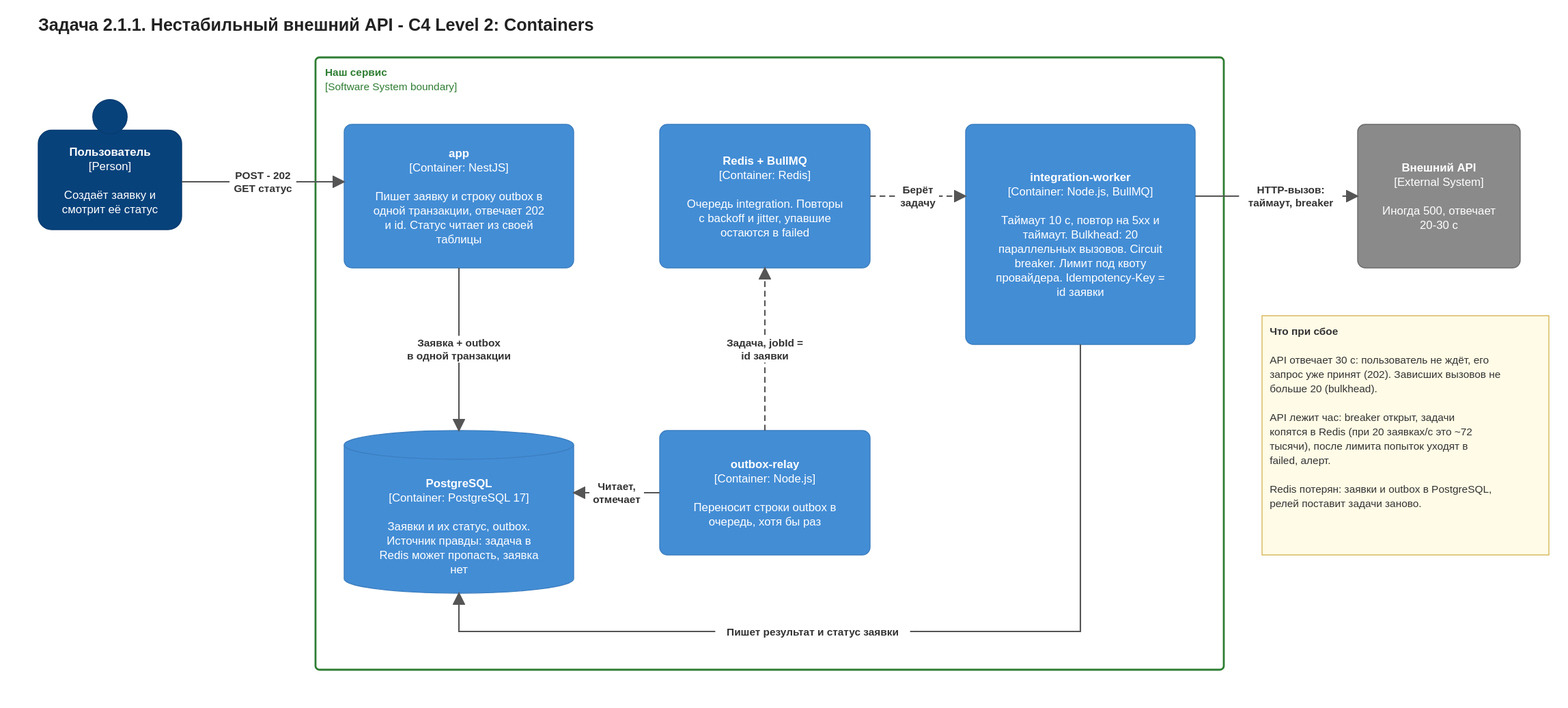
The draw.io diagram docs/highload/unstable-api.drawio.svg in Elaman19/system-design, before a commit. Source tidied: cells renumbered, new cells last; positions are measured from the earlier drawing's top-left corner, leaving out a move shared by most shapes. Its diagram source:
```xml
<mxGraphModel>
  <root>
    <mxCell id="0" />
    <mxCell id="1" value="2.1.1 Нестабильный API" parent="0" />
    <mxCell id="2" value="&lt;b&gt;Наш сервис&lt;/b&gt;&lt;br&gt;[Software System boundary]" style="fontFamily=Helvetica;html=1;whiteSpace=wrap;fontSize=12;rounded=1;arcSize=2;fillColor=none;strokeWidth=2;fontSize=11;align=left;spacing=10;strokeColor=#2e7d32;fontColor=#2e7d32;verticalAlign=top;" parent="1" vertex="1">
      <mxGeometry x="290" y="46" width="950" height="640" as="geometry" />
    </mxCell>
    <mxCell id="3" value="&lt;b&gt;Задача 2.1.1. Нестабильный внешний API - C4 Level 2: Containers&lt;/b&gt;" style="fontFamily=Helvetica;html=1;whiteSpace=wrap;text;fontSize=18;align=left;verticalAlign=top;fontColor=#222222;" parent="1" vertex="1">
      <mxGeometry width="1560" height="30" as="geometry" />
    </mxCell>
    <mxCell id="4" value="&lt;b&gt;Пользователь&lt;/b&gt;&lt;br&gt;[Person]&lt;br&gt;&lt;br&gt;Создаёт заявку и смотрит её статус" style="fontFamily=Helvetica;html=1;whiteSpace=wrap;fontSize=12;shape=mxgraph.c4.person2;fillColor=#08427b;strokeColor=#073b6f;fontColor=#ffffff;align=center;verticalAlign=middle;" parent="1" vertex="1">
      <mxGeometry y="86" width="150" height="140" as="geometry" />
    </mxCell>
    <mxCell id="5" value="&lt;b&gt;app&lt;/b&gt;&lt;br&gt;[Container: NestJS]&lt;br&gt;&lt;br&gt;Пишет заявку и строку outbox в одной транзакции, отвечает 202 и id. Статус читает из своей таблицы" style="fontFamily=Helvetica;html=1;whiteSpace=wrap;fontSize=12;rounded=1;arcSize=8;fillColor=#438dd5;strokeColor=#3c7fc0;fontColor=#ffffff;" parent="1" vertex="1">
      <mxGeometry x="320" y="116" width="240" height="150" as="geometry" />
    </mxCell>
    <mxCell id="6" value="&lt;b&gt;Redis + BullMQ&lt;/b&gt;&lt;br&gt;[Container: Redis]&lt;br&gt;&lt;br&gt;Очередь integration. Повторы с backoff и jitter, упавшие остаются в failed" style="fontFamily=Helvetica;html=1;whiteSpace=wrap;fontSize=12;rounded=1;arcSize=8;fillColor=#438dd5;strokeColor=#3c7fc0;fontColor=#ffffff;" parent="1" vertex="1">
      <mxGeometry x="650" y="116" width="220" height="150" as="geometry" />
    </mxCell>
    <mxCell id="7" value="&lt;b&gt;integration-worker&lt;/b&gt;&lt;br&gt;[Container: Node.js, BullMQ]&lt;br&gt;&lt;br&gt;Таймаут 10 с, повтор на 5xx и таймаут. Bulkhead: 20 параллельных вызовов. Circuit breaker. Лимит под квоту провайдера. Idempotency-Key = id заявки" style="fontFamily=Helvetica;html=1;whiteSpace=wrap;fontSize=12;rounded=1;arcSize=8;fillColor=#438dd5;strokeColor=#3c7fc0;fontColor=#ffffff;" parent="1" vertex="1">
      <mxGeometry x="970" y="116" width="240" height="230" as="geometry" />
    </mxCell>
    <mxCell id="8" value="&lt;b&gt;PostgreSQL&lt;/b&gt;&lt;br&gt;[Container: PostgreSQL 17]&lt;br&gt;&lt;br&gt;Заявки и их статус, outbox. Источник правды: задача в Redis может пропасть, заявка нет" style="fontFamily=Helvetica;html=1;whiteSpace=wrap;fontSize=12;shape=cylinder3;boundedLbl=1;backgroundOutline=1;size=15;fillColor=#438dd5;strokeColor=#3c7fc0;fontColor=#ffffff;" parent="1" vertex="1">
      <mxGeometry x="320" y="436" width="240" height="170" as="geometry" />
    </mxCell>
    <mxCell id="9" value="&lt;b&gt;outbox-relay&lt;/b&gt;&lt;br&gt;[Container: Node.js]&lt;br&gt;&lt;br&gt;Переносит строки outbox в очередь, хотя бы раз" style="fontFamily=Helvetica;html=1;whiteSpace=wrap;fontSize=12;rounded=1;arcSize=8;fillColor=#438dd5;strokeColor=#3c7fc0;fontColor=#ffffff;" parent="1" vertex="1">
      <mxGeometry x="650" y="436" width="220" height="130" as="geometry" />
    </mxCell>
    <mxCell id="10" value="&lt;b&gt;Внешний API&lt;/b&gt;&lt;br&gt;[External System]&lt;br&gt;&lt;br&gt;Иногда 500, отвечает 20-30 с" style="fontFamily=Helvetica;html=1;whiteSpace=wrap;fontSize=12;rounded=1;arcSize=8;fillColor=#8a8a8a;strokeColor=#6b6b6b;fontColor=#ffffff;" parent="1" vertex="1">
      <mxGeometry x="1380" y="116" width="170" height="150" as="geometry" />
    </mxCell>
    <mxCell id="11" value="&lt;b&gt;Что при сбое&lt;/b&gt;&lt;br&gt;&lt;br&gt;API отвечает 30 с: пользователь не ждёт, его запрос уже принят (202). Зависших вызовов не больше 20 (bulkhead).&lt;br&gt;&lt;br&gt;API лежит час: breaker открыт, задачи копятся в Redis (при 20 заявках/с это ~72 тысячи), после лимита попыток уходят в failed, алерт.&lt;br&gt;&lt;br&gt;Redis потерян: заявки и outbox в PostgreSQL, релей поставит задачи заново." style="fontFamily=Helvetica;html=1;whiteSpace=wrap;fontSize=12;rounded=0;fillColor=#fffbe6;strokeColor=#d6b656;fontColor=#333333;align=left;verticalAlign=top;spacing=8;fontSize=11;" parent="1" vertex="1">
      <mxGeometry x="1280" y="316" width="300" height="250" as="geometry" />
    </mxCell>
    <mxCell id="12" value="&lt;b&gt;POST - 202&lt;br&gt;GET статус&lt;/b&gt;" style="fontFamily=Helvetica;html=1;whiteSpace=wrap;fontSize=11;rounded=0;endArrow=blockThin;endFill=1;strokeColor=#555555;strokeWidth=1.5;fontColor=#333333;labelBackgroundColor=#ffffff;exitX=1.0;exitY=0.519;entryX=0.0;entryY=0.4;" parent="1" edge="1" source="4" target="5">
      <mxGeometry relative="1" as="geometry" />
    </mxCell>
    <mxCell id="13" value="&lt;b&gt;Заявка + outbox&lt;br&gt;в одной транзакции&lt;/b&gt;" style="fontFamily=Helvetica;html=1;whiteSpace=wrap;fontSize=11;rounded=0;endArrow=blockThin;endFill=1;strokeColor=#555555;strokeWidth=1.5;fontColor=#333333;labelBackgroundColor=#ffffff;exitX=0.5;exitY=1.0;entryX=0.5;entryY=0.0;" parent="1" edge="1" source="5" target="8">
      <mxGeometry relative="1" as="geometry" />
    </mxCell>
    <mxCell id="14" value="&lt;b&gt;Читает,&lt;br&gt;отмечает&lt;/b&gt;" style="fontFamily=Helvetica;html=1;whiteSpace=wrap;fontSize=11;rounded=0;endArrow=blockThin;endFill=1;strokeColor=#555555;strokeWidth=1.5;fontColor=#333333;labelBackgroundColor=#ffffff;exitX=0.0;exitY=0.5;entryX=1.0;entryY=0.382;" parent="1" edge="1" source="9" target="8">
      <mxGeometry relative="1" as="geometry" />
    </mxCell>
    <mxCell id="15" value="&lt;b&gt;Задача, jobId =&lt;br&gt;id заявки&lt;/b&gt;" style="fontFamily=Helvetica;html=1;whiteSpace=wrap;fontSize=11;rounded=0;endArrow=blockThin;endFill=1;strokeColor=#555555;strokeWidth=1.5;fontColor=#333333;labelBackgroundColor=#ffffff;exitX=0.5;exitY=0.0;entryX=0.5;entryY=1.0;dashed=1;dashPattern=6 4;" parent="1" edge="1" source="9" target="6">
      <mxGeometry relative="1" as="geometry" />
    </mxCell>
    <mxCell id="16" value="&lt;b&gt;Берёт&lt;br&gt;задачу&lt;/b&gt;" style="fontFamily=Helvetica;html=1;whiteSpace=wrap;fontSize=11;rounded=0;endArrow=blockThin;endFill=1;strokeColor=#555555;strokeWidth=1.5;fontColor=#333333;labelBackgroundColor=#ffffff;exitX=1.0;exitY=0.5;entryX=0.0;entryY=0.326;dashed=1;dashPattern=6 4;" parent="1" edge="1" source="6" target="7">
      <mxGeometry relative="1" as="geometry" />
    </mxCell>
    <mxCell id="17" value="&lt;b&gt;HTTP-вызов:&lt;br&gt;таймаут, breaker&lt;/b&gt;" style="fontFamily=Helvetica;html=1;whiteSpace=wrap;fontSize=11;rounded=0;endArrow=blockThin;endFill=1;strokeColor=#555555;strokeWidth=1.5;fontColor=#333333;labelBackgroundColor=#ffffff;exitX=1.0;exitY=0.326;entryX=0.0;entryY=0.5;" parent="1" edge="1" source="7" target="10">
      <mxGeometry x="0.18" relative="1" as="geometry" />
    </mxCell>
    <mxCell id="18" value="&lt;b&gt;Пишет результат и статус заявки&lt;/b&gt;" style="fontFamily=Helvetica;html=1;whiteSpace=wrap;fontSize=11;rounded=0;endArrow=blockThin;endFill=1;strokeColor=#555555;strokeWidth=1.5;fontColor=#333333;labelBackgroundColor=#ffffff;exitX=0.5;exitY=1.0;entryX=0.5;entryY=1.0;" parent="1" edge="1" source="7" target="8">
      <mxGeometry x="0.17" relative="1" as="geometry">
        <Array as="points">
          <mxPoint x="1090" y="646" />
          <mxPoint x="440" y="646" />
        </Array>
      </mxGeometry>
    </mxCell>
  </root>
</mxGraphModel>
```
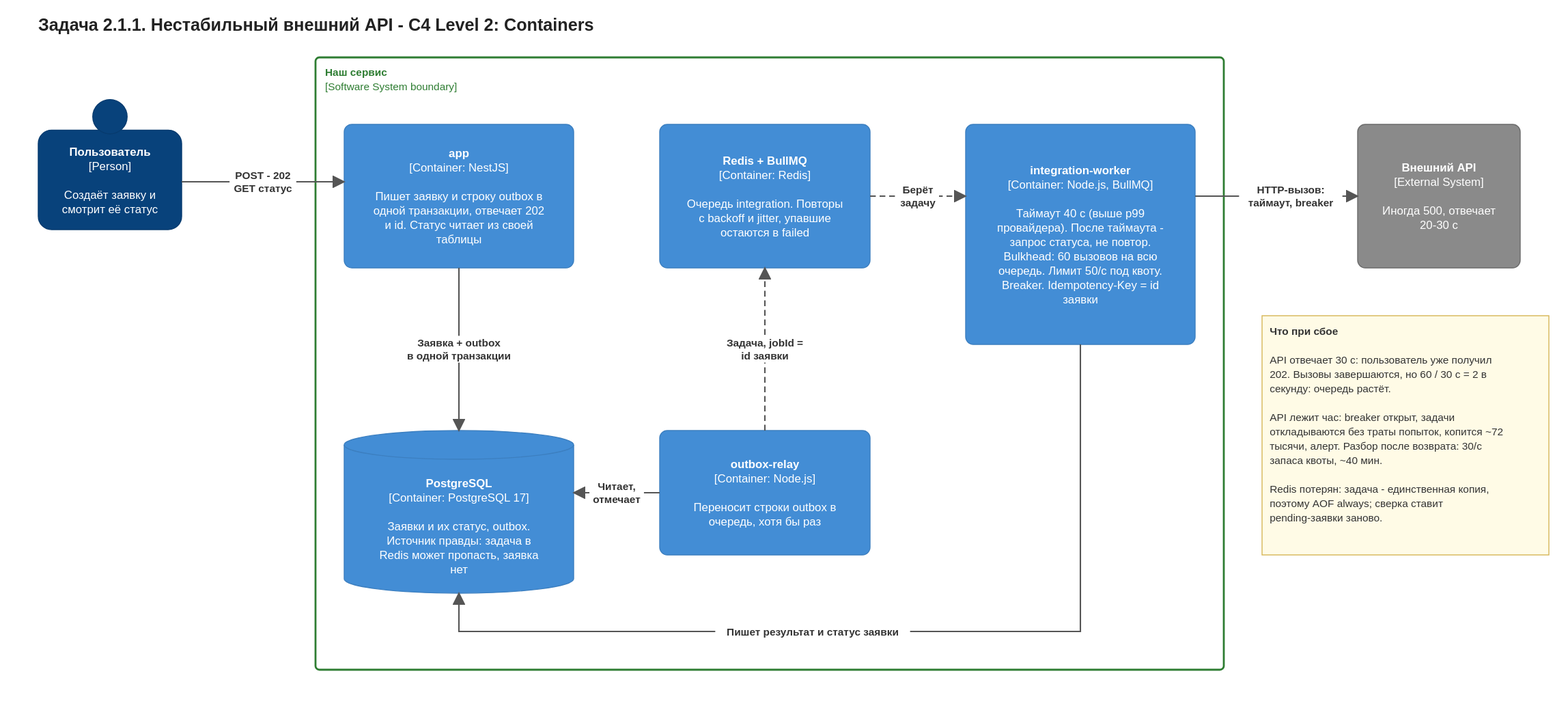
The same file after the commit.

The edit, as a diff of the source:
```diff
@@ -17,7 +17,7 @@
     <mxCell id="6" value="&lt;b&gt;Redis + BullMQ&lt;/b&gt;&lt;br&gt;[Container: Redis]&lt;br&gt;&lt;br&gt;Очередь integration. Повторы с backoff и jitter, упавшие остаются в failed" style="fontFamily=Helvetica;html=1;whiteSpace=wrap;fontSize=12;rounded=1;arcSize=8;fillColor=#438dd5;strokeColor=#3c7fc0;fontColor=#ffffff;" parent="1" vertex="1">
       <mxGeometry x="650" y="116" width="220" height="150" as="geometry" />
     </mxCell>
-    <mxCell id="7" value="&lt;b&gt;integration-worker&lt;/b&gt;&lt;br&gt;[Container: Node.js, BullMQ]&lt;br&gt;&lt;br&gt;Таймаут 10 с, повтор на 5xx и таймаут. Bulkhead: 20 параллельных вызовов. Circuit breaker. Лимит под квоту провайдера. Idempotency-Key = id заявки" style="fontFamily=Helvetica;html=1;whiteSpace=wrap;fontSize=12;rounded=1;arcSize=8;fillColor=#438dd5;strokeColor=#3c7fc0;fontColor=#ffffff;" parent="1" vertex="1">
+    <mxCell id="7" value="&lt;b&gt;integration-worker&lt;/b&gt;&lt;br&gt;[Container: Node.js, BullMQ]&lt;br&gt;&lt;br&gt;Таймаут 40 с (выше p99 провайдера). После таймаута - запрос статуса, не повтор. Bulkhead: 60 вызовов на всю очередь. Лимит 50/с под квоту. Breaker. Idempotency-Key = id заявки" style="fontFamily=Helvetica;html=1;whiteSpace=wrap;fontSize=12;rounded=1;arcSize=8;fillColor=#438dd5;strokeColor=#3c7fc0;fontColor=#ffffff;" parent="1" vertex="1">
       <mxGeometry x="970" y="116" width="240" height="230" as="geometry" />
     </mxCell>
     <mxCell id="8" value="&lt;b&gt;PostgreSQL&lt;/b&gt;&lt;br&gt;[Container: PostgreSQL 17]&lt;br&gt;&lt;br&gt;Заявки и их статус, outbox. Источник правды: задача в Redis может пропасть, заявка нет" style="fontFamily=Helvetica;html=1;whiteSpace=wrap;fontSize=12;shape=cylinder3;boundedLbl=1;backgroundOutline=1;size=15;fillColor=#438dd5;strokeColor=#3c7fc0;fontColor=#ffffff;" parent="1" vertex="1">
@@ -29,7 +29,7 @@
     <mxCell id="10" value="&lt;b&gt;Внешний API&lt;/b&gt;&lt;br&gt;[External System]&lt;br&gt;&lt;br&gt;Иногда 500, отвечает 20-30 с" style="fontFamily=Helvetica;html=1;whiteSpace=wrap;fontSize=12;rounded=1;arcSize=8;fillColor=#8a8a8a;strokeColor=#6b6b6b;fontColor=#ffffff;" parent="1" vertex="1">
       <mxGeometry x="1380" y="116" width="170" height="150" as="geometry" />
     </mxCell>
-    <mxCell id="11" value="&lt;b&gt;Что при сбое&lt;/b&gt;&lt;br&gt;&lt;br&gt;API отвечает 30 с: пользователь не ждёт, его запрос уже принят (202). Зависших вызовов не больше 20 (bulkhead).&lt;br&gt;&lt;br&gt;API лежит час: breaker открыт, задачи копятся в Redis (при 20 заявках/с это ~72 тысячи), после лимита попыток уходят в failed, алерт.&lt;br&gt;&lt;br&gt;Redis потерян: заявки и outbox в PostgreSQL, релей поставит задачи заново." style="fontFamily=Helvetica;html=1;whiteSpace=wrap;fontSize=12;rounded=0;fillColor=#fffbe6;strokeColor=#d6b656;fontColor=#333333;align=left;verticalAlign=top;spacing=8;fontSize=11;" parent="1" vertex="1">
+    <mxCell id="11" value="&lt;b&gt;Что при сбое&lt;/b&gt;&lt;br&gt;&lt;br&gt;API отвечает 30 с: пользователь уже получил 202. Вызовы завершаются, но 60 / 30 с = 2 в секунду: очередь растёт.&lt;br&gt;&lt;br&gt;API лежит час: breaker открыт, задачи откладываются без траты попыток, копится ~72 тысячи, алерт. Разбор после возврата: 30/с запаса квоты, ~40 мин.&lt;br&gt;&lt;br&gt;Redis потерян: задача - единственная копия, поэтому AOF always; сверка ставит pending-заявки заново." style="fontFamily=Helvetica;html=1;whiteSpace=wrap;fontSize=12;rounded=0;fillColor=#fffbe6;strokeColor=#d6b656;fontColor=#333333;align=left;verticalAlign=top;spacing=8;fontSize=11;" parent="1" vertex="1">
       <mxGeometry x="1280" y="316" width="300" height="250" as="geometry" />
     </mxCell>
     <mxCell id="12" value="&lt;b&gt;POST - 202&lt;br&gt;GET статус&lt;/b&gt;" style="fontFamily=Helvetica;html=1;whiteSpace=wrap;fontSize=11;rounded=0;endArrow=blockThin;endFill=1;strokeColor=#555555;strokeWidth=1.5;fontColor=#333333;labelBackgroundColor=#ffffff;exitX=1.0;exitY=0.519;entryX=0.0;entryY=0.4;" parent="1" edge="1" source="4" target="5">
```
